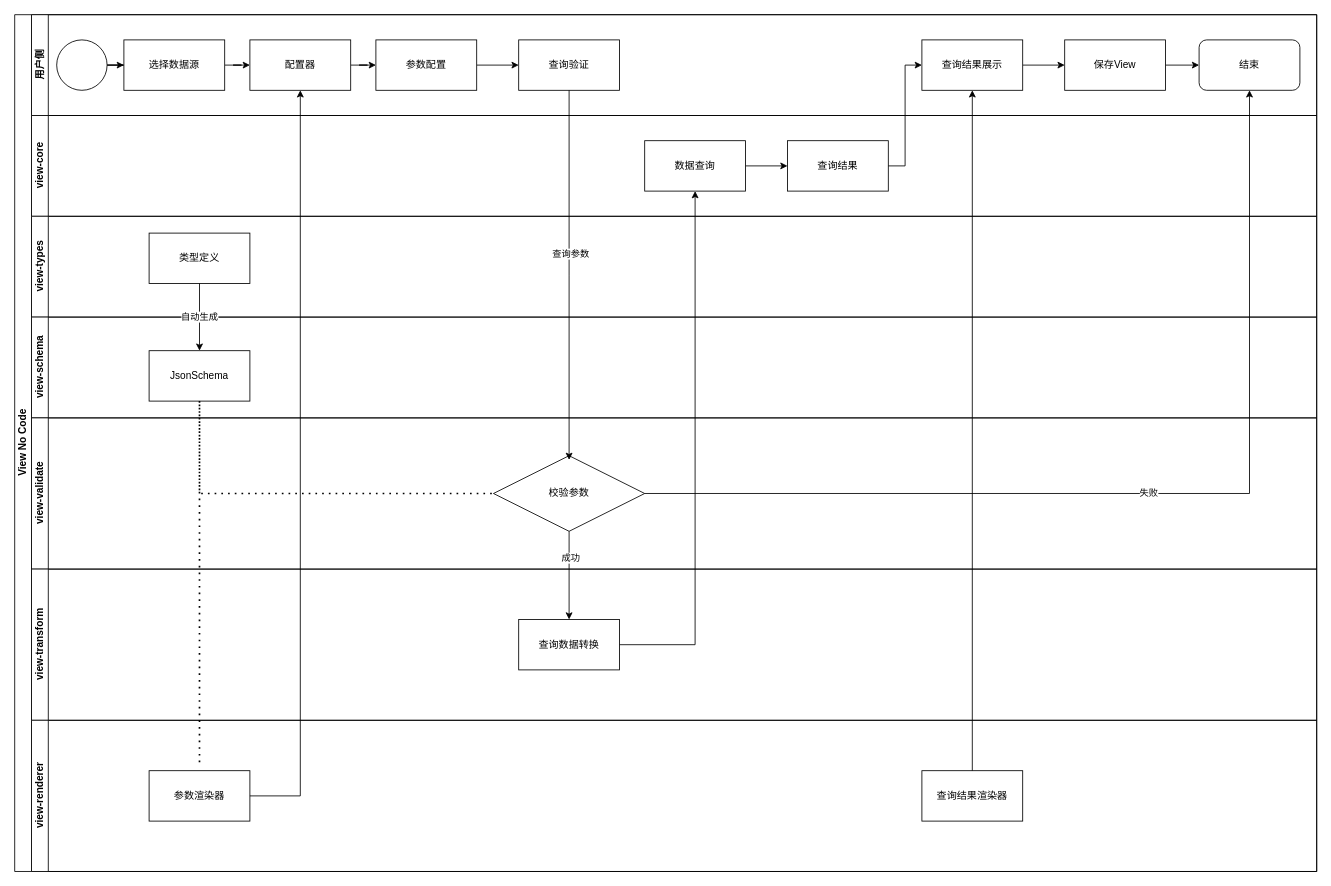
Before: worker/视图全流程.drawio in TNT-Likely/diagrams, a draw.io diagram. Source tidied: cells renumbered, new cells numbered last; positions are measured from the earlier drawing's top-left corner, leaving out a move shared by most shapes. Both pictures are drawn from the tidied source at 84%, with x=0, y=0 at pixel (14, 14).
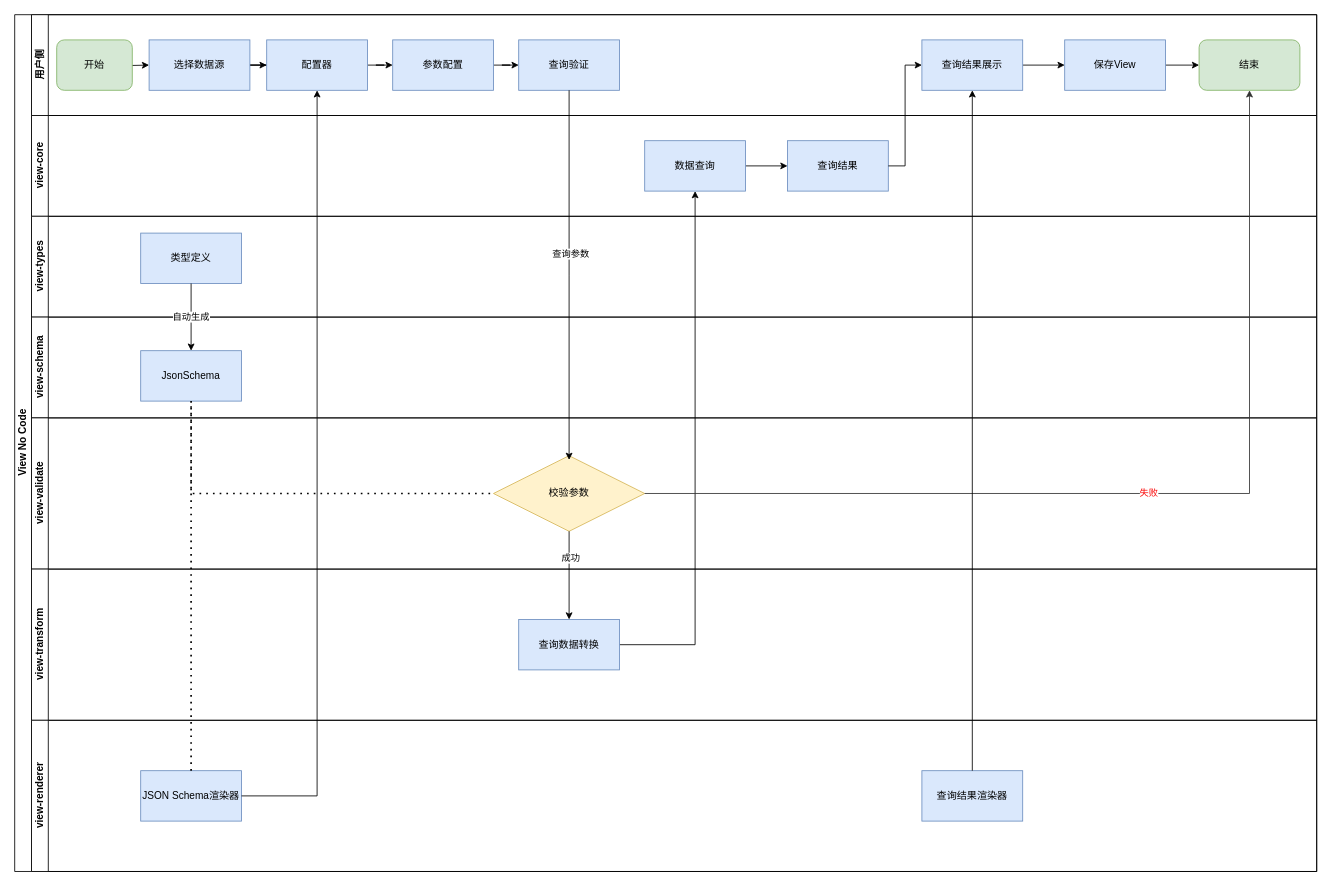
Above is the later version.

Commit message (it also covers changes not shown here):
更新视图全流程.drawio

The change refers to these unchanged cells:
```xml
<mxCell id="2" value="View No Code" style="swimlane;horizontal=0;startSize=20;html=1;flipH=0;flipV=0;direction=east;" parent="1" vertex="1">
  <mxGeometry width="1550" height="1020" as="geometry" />
</mxCell>
<mxCell id="3" value="用户侧" style="swimlane;startSize=20;horizontal=0;html=1;" parent="2" vertex="1">
  <mxGeometry x="20" width="1530" height="120" as="geometry" />
</mxCell>
<mxCell id="18" value="view-core" style="swimlane;startSize=20;horizontal=0;html=1;" parent="2" vertex="1">
  <mxGeometry x="20" y="120" width="1530" height="120" as="geometry" />
</mxCell>
<mxCell id="22" value="view-types&lt;br&gt;" style="swimlane;startSize=20;horizontal=0;html=1;" parent="2" vertex="1">
  <mxGeometry x="20" y="240" width="1530" height="120" as="geometry" />
</mxCell>
<mxCell id="24" value="view-schema&lt;br&gt;" style="swimlane;startSize=20;horizontal=0;html=1;" parent="2" vertex="1">
  <mxGeometry x="20" y="360" width="1530" height="120" as="geometry" />
</mxCell>
<mxCell id="26" value="view-validate" style="swimlane;startSize=20;horizontal=0;html=1;" parent="2" vertex="1">
  <mxGeometry x="20" y="480" width="1530" height="180" as="geometry" />
</mxCell>
<mxCell id="33" value="view-transform&lt;br&gt;" style="swimlane;startSize=20;horizontal=0;html=1;" parent="2" vertex="1">
  <mxGeometry x="20" y="660" width="1530" height="180" as="geometry" />
</mxCell>
<mxCell id="35" value="view-renderer" style="swimlane;startSize=20;horizontal=0;html=1;" parent="2" vertex="1">
  <mxGeometry x="20" y="840" width="1530" height="180" as="geometry" />
</mxCell>
```

Change to the diagram source:
```diff
@@
-    <mxCell id="4" style="edgeStyle=orthogonalEdgeStyle;rounded=0;jettySize=auto;html=1;" parent="3" edge="1" source="5" target="7">
-      <mxGeometry relative="1" as="geometry" />
+    <mxCell id="4" style="edgeStyle=orthogonalEdgeStyle;rounded=0;jettySize=auto;html=1;" parent="3" edge="1" target="7">
+      <mxGeometry relative="1" as="geometry">
+        <mxPoint x="90" y="60" as="sourcePoint" />
+      </mxGeometry>
     </mxCell>
-    <mxCell id="5" style="verticalLabelPosition=bottom;verticalAlign=top;html=1;shape=mxgraph.flowchart.on-page_reference;" parent="3" vertex="1">
-      <mxGeometry x="30" y="30" width="60" height="60" as="geometry" />
-    </mxCell>
@@
-    <mxCell id="7" value="选择数据源" style="rounded=0;whiteSpace=wrap;html=1;" parent="3" vertex="1">
-      <mxGeometry x="110" y="30" width="120" height="60" as="geometry" />
+    <mxCell id="7" value="选择数据源" style="rounded=0;whiteSpace=wrap;html=1;fillColor=#dae8fc;strokeColor=#6c8ebf;" parent="3" vertex="1">
+      <mxGeometry x="140" y="30" width="120" height="60" as="geometry" />
     </mxCell>
@@
-    <mxCell id="9" value="配置器" style="rounded=0;whiteSpace=wrap;html=1;" parent="3" vertex="1">
-      <mxGeometry x="260" y="30" width="120" height="60" as="geometry" />
+    <mxCell id="9" value="配置器" style="rounded=0;whiteSpace=wrap;html=1;fillColor=#dae8fc;strokeColor=#6c8ebf;" parent="3" vertex="1">
+      <mxGeometry x="280" y="30" width="120" height="60" as="geometry" />
     </mxCell>
@@
-    <mxCell id="11" value="参数配置" style="rounded=0;whiteSpace=wrap;html=1;" parent="3" vertex="1">
-      <mxGeometry x="410" y="30" width="120" height="60" as="geometry" />
+    <mxCell id="11" value="参数配置" style="rounded=0;whiteSpace=wrap;html=1;fillColor=#dae8fc;strokeColor=#6c8ebf;" parent="3" vertex="1">
+      <mxGeometry x="430" y="30" width="120" height="60" as="geometry" />
     </mxCell>
-    <mxCell id="12" value="查询验证" style="rounded=0;whiteSpace=wrap;html=1;" parent="3" vertex="1">
+    <mxCell id="12" value="查询验证" style="rounded=0;whiteSpace=wrap;html=1;fillColor=#dae8fc;strokeColor=#6c8ebf;" parent="3" vertex="1">
       <mxGeometry x="580" y="30" width="120" height="60" as="geometry" />
     </mxCell>
-    <mxCell id="13" value="结束" style="rounded=1;whiteSpace=wrap;html=1;" parent="3" vertex="1">
+    <mxCell id="13" value="结束" style="rounded=1;whiteSpace=wrap;html=1;fillColor=#d5e8d4;strokeColor=#82b366;" parent="3" vertex="1">
       <mxGeometry x="1390" y="30" width="120" height="60" as="geometry" />
     </mxCell>
@@
-    <mxCell id="15" value="查询结果展示" style="rounded=0;whiteSpace=wrap;html=1;" parent="3" vertex="1">
+    <mxCell id="15" value="查询结果展示" style="rounded=0;whiteSpace=wrap;html=1;fillColor=#dae8fc;strokeColor=#6c8ebf;" parent="3" vertex="1">
       <mxGeometry x="1060" y="30" width="120" height="60" as="geometry" />
     </mxCell>
@@
-    <mxCell id="17" value="保存View" style="rounded=0;whiteSpace=wrap;html=1;" parent="3" vertex="1">
+    <mxCell id="17" value="保存View" style="rounded=0;whiteSpace=wrap;html=1;fillColor=#dae8fc;strokeColor=#6c8ebf;" parent="3" vertex="1">
       <mxGeometry x="1230" y="30" width="120" height="60" as="geometry" />
     </mxCell>
+    <mxCell id="45" value="开始" style="rounded=1;whiteSpace=wrap;html=1;fillColor=#d5e8d4;strokeColor=#82b366;" parent="3" vertex="1">
+      <mxGeometry x="30" y="30" width="90" height="60" as="geometry" />
+    </mxCell>
@@
-    <mxCell id="20" value="数据查询" style="rounded=0;whiteSpace=wrap;html=1;" parent="18" vertex="1">
+    <mxCell id="20" value="数据查询" style="rounded=0;whiteSpace=wrap;html=1;fillColor=#dae8fc;strokeColor=#6c8ebf;" parent="18" vertex="1">
       <mxGeometry x="730" y="30" width="120" height="60" as="geometry" />
     </mxCell>
-    <mxCell id="21" value="查询结果" style="rounded=0;whiteSpace=wrap;html=1;" parent="18" vertex="1">
+    <mxCell id="21" value="查询结果" style="rounded=0;whiteSpace=wrap;html=1;fillColor=#dae8fc;strokeColor=#6c8ebf;" parent="18" vertex="1">
       <mxGeometry x="900" y="30" width="120" height="60" as="geometry" />
     </mxCell>
@@
-    <mxCell id="23" value="类型定义" style="rounded=0;whiteSpace=wrap;html=1;" parent="22" vertex="1">
-      <mxGeometry x="140" y="20" width="120" height="60" as="geometry" />
+    <mxCell id="23" value="类型定义" style="rounded=0;whiteSpace=wrap;html=1;fillColor=#dae8fc;strokeColor=#6c8ebf;" parent="22" vertex="1">
+      <mxGeometry x="130" y="20" width="120" height="60" as="geometry" />
     </mxCell>
@@
-    <mxCell id="25" value="JsonSchema" style="rounded=0;whiteSpace=wrap;html=1;" parent="24" vertex="1">
-      <mxGeometry x="140" y="40" width="120" height="60" as="geometry" />
+    <mxCell id="25" value="JsonSchema" style="rounded=0;whiteSpace=wrap;html=1;fillColor=#dae8fc;strokeColor=#6c8ebf;" parent="24" vertex="1">
+      <mxGeometry x="130" y="40" width="120" height="60" as="geometry" />
     </mxCell>
+    <mxCell id="29" value="自动生成" style="edgeStyle=orthogonalEdgeStyle;rounded=0;jettySize=auto;html=1;exitX=0.5;exitY=1;exitDx=0;exitDy=0;" parent="2" edge="1" source="23" target="25">
+      <mxGeometry relative="1" as="geometry" />
+    </mxCell>
@@
-    <mxCell id="27" value="校验参数" style="rhombus;whiteSpace=wrap;html=1;" parent="26" vertex="1">
+    <mxCell id="27" value="校验参数" style="rhombus;whiteSpace=wrap;html=1;fillColor=#fff2cc;strokeColor=#d6b656;" parent="26" vertex="1">
       <mxGeometry x="550" y="45" width="180" height="90" as="geometry" />
     </mxCell>
-    <mxCell id="28" style="endArrow=none;dashed=1;html=1;dashPattern=1 3;strokeWidth=2;rounded=0;entryX=0.5;entryY=1;entryDx=0;entryDy=0;" parent="26" edge="1" target="25">
-      <mxGeometry relative="1" as="geometry">
-        <mxPoint x="200" y="410" as="sourcePoint" />
-      </mxGeometry>
-    </mxCell>
-    <mxCell id="29" value="自动生成" style="edgeStyle=orthogonalEdgeStyle;rounded=0;jettySize=auto;html=1;" parent="2" edge="1" source="23" target="25">
-      <mxGeometry relative="1" as="geometry" />
-    </mxCell>
@@
-    <mxCell id="34" value="查询数据转换" style="rounded=0;whiteSpace=wrap;html=1;" parent="33" vertex="1">
+    <mxCell id="34" value="查询数据转换" style="rounded=0;whiteSpace=wrap;html=1;fillColor=#dae8fc;strokeColor=#6c8ebf;" parent="33" vertex="1">
       <mxGeometry x="580" y="60" width="120" height="60" as="geometry" />
     </mxCell>
@@
-    <mxCell id="36" value="参数渲染器" style="rounded=0;whiteSpace=wrap;html=1;" parent="35" vertex="1">
-      <mxGeometry x="140" y="60" width="120" height="60" as="geometry" />
+    <mxCell id="36" value="JSON Schema渲染器" style="rounded=0;whiteSpace=wrap;html=1;fillColor=#dae8fc;strokeColor=#6c8ebf;" parent="35" vertex="1">
+      <mxGeometry x="130" y="60" width="120" height="60" as="geometry" />
     </mxCell>
-    <mxCell id="37" value="查询结果渲染器" style="rounded=0;whiteSpace=wrap;html=1;" parent="35" vertex="1">
+    <mxCell id="37" value="查询结果渲染器" style="rounded=0;whiteSpace=wrap;html=1;fillColor=#dae8fc;strokeColor=#6c8ebf;" parent="35" vertex="1">
       <mxGeometry x="1060" y="60" width="120" height="60" as="geometry" />
     </mxCell>
@@
     <mxCell id="40" style="endArrow=none;dashed=1;html=1;dashPattern=1 3;strokeWidth=2;rounded=0;exitX=0.5;exitY=1;exitDx=0;exitDy=0;entryX=0;entryY=0.5;entryDx=0;entryDy=0;" parent="2" edge="1" source="25" target="27">
       <mxGeometry relative="1" as="geometry">
         <Array as="points">
-          <mxPoint x="220" y="570" />
+          <mxPoint x="210" y="570" />
         </Array>
       </mxGeometry>
     </mxCell>
-    <mxCell id="41" value="失败" style="edgeStyle=orthogonalEdgeStyle;rounded=0;jettySize=auto;html=1;exitX=1;exitY=0.5;exitDx=0;exitDy=0;entryX=0.5;entryY=1;entryDx=0;entryDy=0;" parent="2" edge="1" source="27" target="13">
+    <mxCell id="41" value="&lt;font color=&quot;#fa0000&quot;&gt;失败&lt;/font&gt;" style="edgeStyle=orthogonalEdgeStyle;rounded=0;jettySize=auto;html=1;exitX=1;exitY=0.5;exitDx=0;exitDy=0;entryX=0.5;entryY=1;entryDx=0;entryDy=0;fillColor=#f8cecc;strokeColor=#333333;strokeWidth=1;" parent="2" edge="1" source="27" target="13">
       <mxGeometry relative="1" as="geometry" />
     </mxCell>
@@
+    <mxCell id="28" style="endArrow=none;dashed=1;html=1;dashPattern=1 3;strokeWidth=2;rounded=0;entryX=0.5;entryY=1;entryDx=0;entryDy=0;exitX=0.5;exitY=0;exitDx=0;exitDy=0;" parent="2" edge="1" source="36" target="25">
+      <mxGeometry relative="1" as="geometry" />
+    </mxCell>
```
